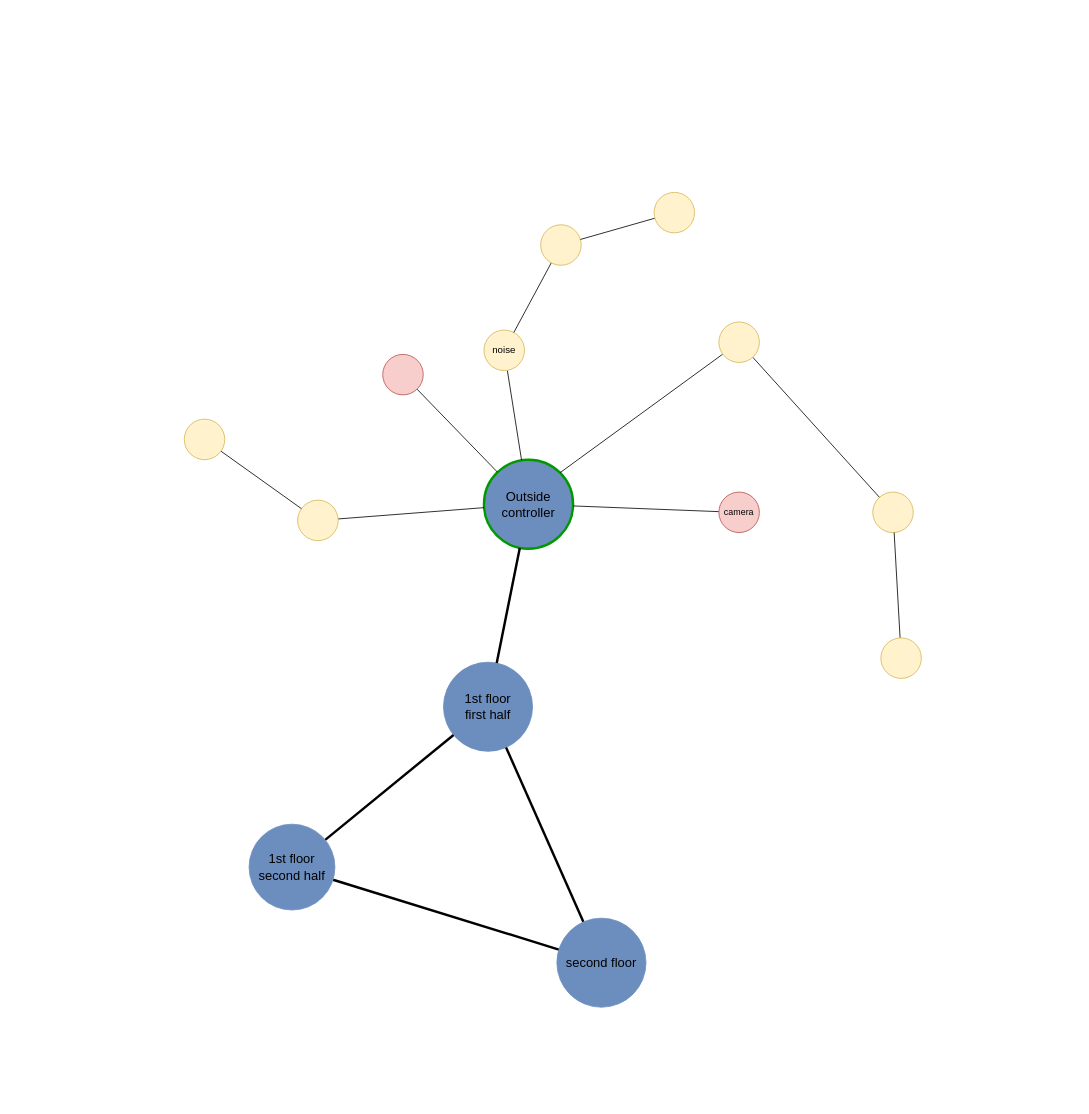
Before: Untitled Diagram.drawio in bodikqq/CheckMateQQ, a draw.io diagram. Source tidied: cells renumbered, new cells numbered last; positions are measured from the earlier drawing's top-left corner, leaving out a move shared by most shapes. Both pictures are drawn from the tidied source at 81%, with x=0, y=0 at pixel (184, 192).
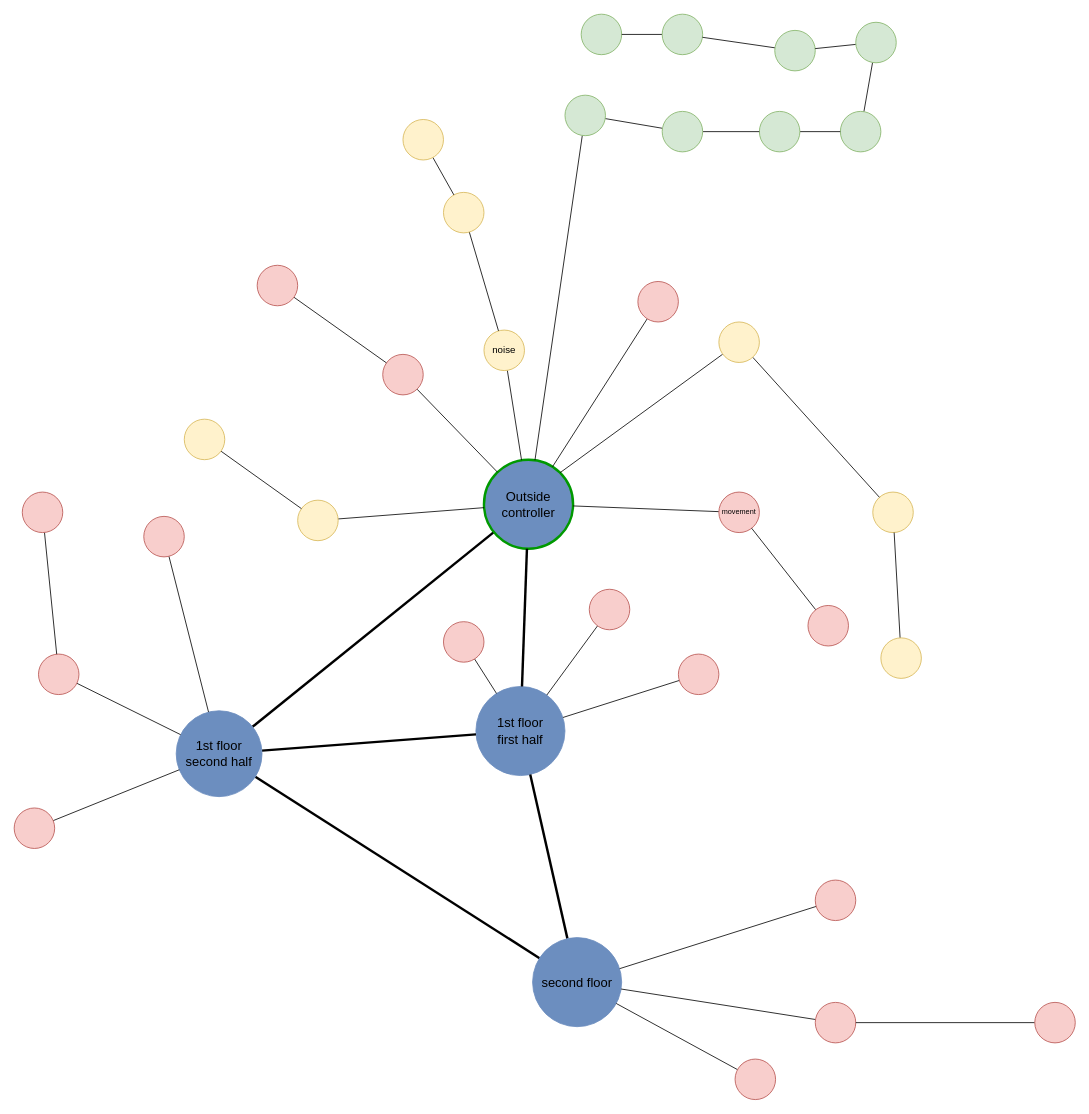
After the change.

The change refers to these unchanged cells:
```xml
<mxCell id="2" value="Outside controller" style="ellipse;whiteSpace=wrap;html=1;fillColor=#6C8EBF;strokeColor=#009900;gradientColor=none;fontSize=16;strokeWidth=3;" parent="1" vertex="1">
  <mxGeometry x="370" y="330" width="110" height="110" as="geometry" />
</mxCell>
<mxCell id="29" style="ellipse;whiteSpace=wrap;html=1;fontFamily=Helvetica;fontSize=11;labelBackgroundColor=default;fillColor=#f8cecc;strokeColor=#b85450;" parent="1" vertex="1">
  <mxGeometry x="245" y="200" width="50" height="50" as="geometry" />
</mxCell>
```

Change to the diagram source:
```diff
@@
+    <mxCell id="30" style="edgeStyle=none;shape=connector;rounded=0;jettySize=auto;html=1;strokeColor=default;align=center;verticalAlign=middle;fontFamily=Helvetica;fontSize=11;fontColor=default;labelBackgroundColor=default;startFill=0;endArrow=none;strokeWidth=3;" parent="1" edge="1" source="2" target="8">
+      <mxGeometry relative="1" as="geometry" />
+    </mxCell>
@@
     <mxCell id="3" value="1st floor&lt;br&gt;first half" style="ellipse;whiteSpace=wrap;html=1;fillColor=#6C8EBF;strokeColor=#6C8EBF;gradientColor=none;spacing=2;fontSize=16;" parent="1" vertex="1">
-      <mxGeometry x="320" y="580" width="110" height="110" as="geometry" />
+      <mxGeometry x="360" y="610" width="110" height="110" as="geometry" />
     </mxCell>
@@
     <mxCell id="6" value="&lt;font style=&quot;font-size: 16px;&quot;&gt;second floor&lt;/font&gt;" style="ellipse;whiteSpace=wrap;html=1;fillColor=#6C8EBF;strokeColor=#6C8EBF;gradientColor=none;" parent="1" vertex="1">
-      <mxGeometry x="460" y="896" width="110" height="110" as="geometry" />
+      <mxGeometry x="430" y="920" width="110" height="110" as="geometry" />
     </mxCell>
@@
     <mxCell id="8" value="&lt;span style=&quot;font-size: 16px;&quot;&gt;1st floor&lt;/span&gt;&lt;br style=&quot;font-size: 16px;&quot;&gt;&lt;span style=&quot;font-size: 16px;&quot;&gt;second half&lt;/span&gt;" style="ellipse;whiteSpace=wrap;html=1;fillColor=#6C8EBF;strokeColor=#6C8EBF;gradientColor=none;" parent="1" vertex="1">
-      <mxGeometry x="80" y="780" width="106" height="106" as="geometry" />
+      <mxGeometry x="-10" y="640" width="106" height="106" as="geometry" />
     </mxCell>
@@
     <mxCell id="16" style="ellipse;whiteSpace=wrap;html=1;fillColor=#fff2cc;strokeColor=#d6b656;" parent="1" vertex="1">
-      <mxGeometry x="440" y="40" width="50" height="50" as="geometry" />
+      <mxGeometry x="320" width="50" height="50" as="geometry" />
     </mxCell>
@@
     <mxCell id="18" style="ellipse;whiteSpace=wrap;html=1;fillColor=#fff2cc;strokeColor=#d6b656;" parent="1" vertex="1">
-      <mxGeometry x="580" width="50" height="50" as="geometry" />
+      <mxGeometry x="270" y="-90" width="50" height="50" as="geometry" />
     </mxCell>
@@
-    <mxCell id="27" value="camera" style="ellipse;whiteSpace=wrap;html=1;fontFamily=Helvetica;fontSize=11;labelBackgroundColor=none;fillColor=#f8cecc;strokeColor=#b85450;" parent="1" vertex="1">
+    <mxCell id="27" value="movement" style="ellipse;whiteSpace=wrap;html=1;fontFamily=Helvetica;fontSize=9;labelBackgroundColor=none;fillColor=#f8cecc;strokeColor=#b85450;" parent="1" vertex="1">
       <mxGeometry x="660" y="370" width="50" height="50" as="geometry" />
     </mxCell>
@@
+    <mxCell id="31" style="edgeStyle=none;shape=connector;rounded=0;jettySize=auto;html=1;strokeColor=default;align=center;verticalAlign=middle;fontFamily=Helvetica;fontSize=11;fontColor=default;labelBackgroundColor=default;startFill=0;endArrow=none;" parent="1" edge="1" source="32" target="8">
+      <mxGeometry relative="1" as="geometry" />
+    </mxCell>
+    <mxCell id="32" style="ellipse;whiteSpace=wrap;html=1;fontFamily=Helvetica;fontSize=11;labelBackgroundColor=default;fillColor=#f8cecc;strokeColor=#b85450;" parent="1" vertex="1">
+      <mxGeometry x="-180" y="570" width="50" height="50" as="geometry" />
+    </mxCell>
+    <mxCell id="33" style="edgeStyle=none;shape=connector;rounded=0;jettySize=auto;html=1;strokeColor=default;align=center;verticalAlign=middle;fontFamily=Helvetica;fontSize=11;fontColor=default;labelBackgroundColor=default;startFill=0;endArrow=none;" parent="1" edge="1" source="34" target="32">
+      <mxGeometry relative="1" as="geometry" />
+    </mxCell>
+    <mxCell id="34" style="ellipse;whiteSpace=wrap;html=1;fontFamily=Helvetica;fontSize=11;labelBackgroundColor=default;fillColor=#f8cecc;strokeColor=#b85450;" parent="1" vertex="1">
+      <mxGeometry x="-200" y="370" width="50" height="50" as="geometry" />
+    </mxCell>
+    <mxCell id="35" style="edgeStyle=none;shape=connector;rounded=0;jettySize=auto;html=1;strokeColor=default;align=center;verticalAlign=middle;fontFamily=Helvetica;fontSize=11;fontColor=default;labelBackgroundColor=default;startFill=0;endArrow=none;" parent="1" edge="1" source="36" target="29">
+      <mxGeometry relative="1" as="geometry" />
+    </mxCell>
+    <mxCell id="36" style="ellipse;whiteSpace=wrap;html=1;fontFamily=Helvetica;fontSize=11;labelBackgroundColor=default;fillColor=#f8cecc;strokeColor=#b85450;" parent="1" vertex="1">
+      <mxGeometry x="90" y="90" width="50" height="50" as="geometry" />
+    </mxCell>
+    <mxCell id="37" style="edgeStyle=none;shape=connector;rounded=0;jettySize=auto;html=1;strokeColor=default;align=center;verticalAlign=middle;fontFamily=Helvetica;fontSize=11;fontColor=default;labelBackgroundColor=default;startFill=0;endArrow=none;" parent="1" edge="1" source="38" target="27">
+      <mxGeometry relative="1" as="geometry" />
+    </mxCell>
+    <mxCell id="38" style="ellipse;whiteSpace=wrap;html=1;fontFamily=Helvetica;fontSize=11;labelBackgroundColor=default;fillColor=#f8cecc;strokeColor=#b85450;" parent="1" vertex="1">
+      <mxGeometry x="770" y="510" width="50" height="50" as="geometry" />
+    </mxCell>
+    <mxCell id="39" style="edgeStyle=none;shape=connector;rounded=0;jettySize=auto;html=1;strokeColor=default;align=center;verticalAlign=middle;fontFamily=Helvetica;fontSize=11;fontColor=default;labelBackgroundColor=default;startFill=0;endArrow=none;" parent="1" edge="1" source="40" target="3">
+      <mxGeometry relative="1" as="geometry" />
+    </mxCell>
+    <mxCell id="40" style="ellipse;whiteSpace=wrap;html=1;fontFamily=Helvetica;fontSize=11;labelBackgroundColor=default;fillColor=#f8cecc;strokeColor=#b85450;" parent="1" vertex="1">
+      <mxGeometry x="320" y="530" width="50" height="50" as="geometry" />
+    </mxCell>
+    <mxCell id="41" style="edgeStyle=none;shape=connector;rounded=0;jettySize=auto;html=1;strokeColor=default;align=center;verticalAlign=middle;fontFamily=Helvetica;fontSize=11;fontColor=default;labelBackgroundColor=default;startFill=0;endArrow=none;" parent="1" edge="1" source="42" target="3">
+      <mxGeometry relative="1" as="geometry" />
+    </mxCell>
+    <mxCell id="42" style="ellipse;whiteSpace=wrap;html=1;fontFamily=Helvetica;fontSize=11;labelBackgroundColor=default;fillColor=#f8cecc;strokeColor=#b85450;" parent="1" vertex="1">
+      <mxGeometry x="610" y="570" width="50" height="50" as="geometry" />
+    </mxCell>
+    <mxCell id="43" style="edgeStyle=none;shape=connector;rounded=0;jettySize=auto;html=1;strokeColor=default;align=center;verticalAlign=middle;fontFamily=Helvetica;fontSize=11;fontColor=default;labelBackgroundColor=default;startFill=0;endArrow=none;" parent="1" edge="1" source="44" target="3">
+      <mxGeometry relative="1" as="geometry" />
+    </mxCell>
+    <mxCell id="44" style="ellipse;whiteSpace=wrap;html=1;fontFamily=Helvetica;fontSize=11;labelBackgroundColor=default;fillColor=#f8cecc;strokeColor=#b85450;" parent="1" vertex="1">
+      <mxGeometry x="500" y="490" width="50" height="50" as="geometry" />
+    </mxCell>
+    <mxCell id="45" style="edgeStyle=none;shape=connector;rounded=0;jettySize=auto;html=1;strokeColor=default;align=center;verticalAlign=middle;fontFamily=Helvetica;fontSize=11;fontColor=default;labelBackgroundColor=default;startFill=0;endArrow=none;" parent="1" edge="1" source="46" target="2">
+      <mxGeometry relative="1" as="geometry" />
+    </mxCell>
+    <mxCell id="46" style="ellipse;whiteSpace=wrap;html=1;fontFamily=Helvetica;fontSize=11;labelBackgroundColor=default;fillColor=#f8cecc;strokeColor=#b85450;" parent="1" vertex="1">
+      <mxGeometry x="560" y="110" width="50" height="50" as="geometry" />
+    </mxCell>
+    <mxCell id="47" style="edgeStyle=none;shape=connector;rounded=0;jettySize=auto;html=1;strokeColor=default;align=center;verticalAlign=middle;fontFamily=Helvetica;fontSize=11;fontColor=default;labelBackgroundColor=default;startFill=0;endArrow=none;" parent="1" edge="1" source="48" target="6">
+      <mxGeometry relative="1" as="geometry" />
+    </mxCell>
+    <mxCell id="48" style="ellipse;whiteSpace=wrap;html=1;fontFamily=Helvetica;fontSize=11;labelBackgroundColor=default;fillColor=#f8cecc;strokeColor=#b85450;" parent="1" vertex="1">
+      <mxGeometry x="779" y="1000" width="50" height="50" as="geometry" />
+    </mxCell>
+    <mxCell id="49" style="edgeStyle=none;shape=connector;rounded=0;jettySize=auto;html=1;strokeColor=default;align=center;verticalAlign=middle;fontFamily=Helvetica;fontSize=11;fontColor=default;labelBackgroundColor=default;startFill=0;endArrow=none;" parent="1" edge="1" source="50" target="8">
+      <mxGeometry relative="1" as="geometry" />
+    </mxCell>
+    <mxCell id="50" style="ellipse;whiteSpace=wrap;html=1;fontFamily=Helvetica;fontSize=11;labelBackgroundColor=default;fillColor=#f8cecc;strokeColor=#b85450;" parent="1" vertex="1">
+      <mxGeometry x="-210" y="760" width="50" height="50" as="geometry" />
+    </mxCell>
+    <mxCell id="51" style="edgeStyle=none;shape=connector;rounded=0;jettySize=auto;html=1;strokeColor=default;align=center;verticalAlign=middle;fontFamily=Helvetica;fontSize=11;fontColor=default;labelBackgroundColor=default;startFill=0;endArrow=none;" parent="1" edge="1" source="52" target="8">
+      <mxGeometry relative="1" as="geometry" />
+    </mxCell>
+    <mxCell id="52" style="ellipse;whiteSpace=wrap;html=1;fontFamily=Helvetica;fontSize=11;labelBackgroundColor=default;fillColor=#f8cecc;strokeColor=#b85450;" parent="1" vertex="1">
+      <mxGeometry x="-50" y="400" width="50" height="50" as="geometry" />
+    </mxCell>
+    <mxCell id="53" style="edgeStyle=none;shape=connector;rounded=0;jettySize=auto;html=1;strokeColor=default;align=center;verticalAlign=middle;fontFamily=Helvetica;fontSize=11;fontColor=default;labelBackgroundColor=default;startFill=0;endArrow=none;" parent="1" edge="1" source="54" target="48">
+      <mxGeometry relative="1" as="geometry" />
+    </mxCell>
+    <mxCell id="54" style="ellipse;whiteSpace=wrap;html=1;fontFamily=Helvetica;fontSize=11;labelBackgroundColor=default;fillColor=#f8cecc;strokeColor=#b85450;" parent="1" vertex="1">
+      <mxGeometry x="1050" y="1000" width="50" height="50" as="geometry" />
+    </mxCell>
+    <mxCell id="55" style="edgeStyle=none;shape=connector;rounded=0;jettySize=auto;html=1;strokeColor=default;align=center;verticalAlign=middle;fontFamily=Helvetica;fontSize=11;fontColor=default;labelBackgroundColor=default;startFill=0;endArrow=none;" parent="1" edge="1" source="56" target="6">
+      <mxGeometry relative="1" as="geometry" />
+    </mxCell>
+    <mxCell id="56" style="ellipse;whiteSpace=wrap;html=1;fontFamily=Helvetica;fontSize=11;labelBackgroundColor=default;fillColor=#f8cecc;strokeColor=#b85450;" parent="1" vertex="1">
+      <mxGeometry x="779" y="849" width="50" height="50" as="geometry" />
+    </mxCell>
+    <mxCell id="57" style="edgeStyle=none;shape=connector;rounded=0;jettySize=auto;html=1;strokeColor=default;align=center;verticalAlign=middle;fontFamily=Helvetica;fontSize=11;fontColor=default;labelBackgroundColor=default;startFill=0;endArrow=none;" parent="1" edge="1" source="58" target="6">
+      <mxGeometry relative="1" as="geometry" />
+    </mxCell>
+    <mxCell id="58" style="ellipse;whiteSpace=wrap;html=1;fontFamily=Helvetica;fontSize=11;labelBackgroundColor=default;fillColor=#f8cecc;strokeColor=#b85450;" parent="1" vertex="1">
+      <mxGeometry x="680" y="1070" width="50" height="50" as="geometry" />
+    </mxCell>
+    <mxCell id="59" style="edgeStyle=none;shape=connector;rounded=0;jettySize=auto;html=1;strokeColor=default;align=center;verticalAlign=middle;fontFamily=Helvetica;fontSize=11;fontColor=default;labelBackgroundColor=default;startFill=0;endArrow=none;" parent="1" edge="1" source="60" target="74">
+      <mxGeometry relative="1" as="geometry" />
+    </mxCell>
+    <mxCell id="60" style="ellipse;whiteSpace=wrap;html=1;fontFamily=Helvetica;fontSize=11;labelBackgroundColor=none;fillColor=#d5e8d4;strokeColor=#82b366;" parent="1" vertex="1">
+      <mxGeometry x="810" y="-100" width="50" height="50" as="geometry" />
+    </mxCell>
+    <mxCell id="61" style="edgeStyle=none;shape=connector;rounded=0;jettySize=auto;html=1;strokeColor=default;align=center;verticalAlign=middle;fontFamily=Helvetica;fontSize=11;fontColor=default;labelBackgroundColor=default;startFill=0;endArrow=none;" parent="1" edge="1" source="62" target="60">
+      <mxGeometry relative="1" as="geometry" />
+    </mxCell>
+    <mxCell id="62" style="ellipse;whiteSpace=wrap;html=1;fontFamily=Helvetica;fontSize=11;labelBackgroundColor=none;fillColor=#d5e8d4;strokeColor=#82b366;" parent="1" vertex="1">
+      <mxGeometry x="710" y="-100" width="50" height="50" as="geometry" />
+    </mxCell>
+    <mxCell id="63" style="edgeStyle=none;shape=connector;rounded=0;jettySize=auto;html=1;strokeColor=default;align=center;verticalAlign=middle;fontFamily=Helvetica;fontSize=11;fontColor=default;labelBackgroundColor=default;startFill=0;endArrow=none;" parent="1" edge="1" source="65" target="2">
+      <mxGeometry relative="1" as="geometry" />
+    </mxCell>
+    <mxCell id="64" style="edgeStyle=none;shape=connector;rounded=0;jettySize=auto;html=1;strokeColor=default;align=center;verticalAlign=middle;fontFamily=Helvetica;fontSize=11;fontColor=default;labelBackgroundColor=default;startFill=0;endArrow=none;" parent="1" edge="1" source="65" target="68">
+      <mxGeometry relative="1" as="geometry" />
+    </mxCell>
+    <mxCell id="65" style="ellipse;whiteSpace=wrap;html=1;fontFamily=Helvetica;fontSize=11;labelBackgroundColor=none;fillColor=#d5e8d4;strokeColor=#82b366;" parent="1" vertex="1">
+      <mxGeometry x="470" y="-120" width="50" height="50" as="geometry" />
+    </mxCell>
+    <mxCell id="66" style="ellipse;whiteSpace=wrap;html=1;fontFamily=Helvetica;fontSize=11;labelBackgroundColor=none;fillColor=#d5e8d4;strokeColor=#82b366;" parent="1" vertex="1">
+      <mxGeometry x="490" y="-220" width="50" height="50" as="geometry" />
+    </mxCell>
+    <mxCell id="67" style="edgeStyle=none;shape=connector;rounded=0;jettySize=auto;html=1;strokeColor=default;align=center;verticalAlign=middle;fontFamily=Helvetica;fontSize=11;fontColor=default;labelBackgroundColor=default;startFill=0;endArrow=none;" parent="1" edge="1" source="68" target="62">
+      <mxGeometry relative="1" as="geometry" />
+    </mxCell>
+    <mxCell id="68" style="ellipse;whiteSpace=wrap;html=1;fontFamily=Helvetica;fontSize=11;labelBackgroundColor=none;fillColor=#d5e8d4;strokeColor=#82b366;" parent="1" vertex="1">
+      <mxGeometry x="590" y="-100" width="50" height="50" as="geometry" />
+    </mxCell>
+    <mxCell id="69" style="edgeStyle=none;shape=connector;rounded=0;jettySize=auto;html=1;strokeColor=default;align=center;verticalAlign=middle;fontFamily=Helvetica;fontSize=11;fontColor=default;labelBackgroundColor=default;startFill=0;endArrow=none;" parent="1" edge="1" source="70" target="66">
+      <mxGeometry relative="1" as="geometry" />
+    </mxCell>
+    <mxCell id="70" style="ellipse;whiteSpace=wrap;html=1;fontFamily=Helvetica;fontSize=11;labelBackgroundColor=none;fillColor=#d5e8d4;strokeColor=#82b366;" parent="1" vertex="1">
+      <mxGeometry x="590" y="-220" width="50" height="50" as="geometry" />
+    </mxCell>
+    <mxCell id="71" style="edgeStyle=none;shape=connector;rounded=0;jettySize=auto;html=1;strokeColor=default;align=center;verticalAlign=middle;fontFamily=Helvetica;fontSize=11;fontColor=default;labelBackgroundColor=default;startFill=0;endArrow=none;" parent="1" edge="1" source="72" target="70">
+      <mxGeometry relative="1" as="geometry" />
+    </mxCell>
+    <mxCell id="72" style="ellipse;whiteSpace=wrap;html=1;fontFamily=Helvetica;fontSize=11;labelBackgroundColor=none;fillColor=#d5e8d4;strokeColor=#82b366;" parent="1" vertex="1">
+      <mxGeometry x="729" y="-200" width="50" height="50" as="geometry" />
+    </mxCell>
+    <mxCell id="73" style="edgeStyle=none;shape=connector;rounded=0;jettySize=auto;html=1;strokeColor=default;align=center;verticalAlign=middle;fontFamily=Helvetica;fontSize=11;fontColor=default;labelBackgroundColor=default;startFill=0;endArrow=none;" parent="1" edge="1" source="74" target="72">
+      <mxGeometry relative="1" as="geometry" />
+    </mxCell>
+    <mxCell id="74" style="ellipse;whiteSpace=wrap;html=1;fontFamily=Helvetica;fontSize=11;labelBackgroundColor=none;fillColor=#d5e8d4;strokeColor=#82b366;" parent="1" vertex="1">
+      <mxGeometry x="829" y="-210" width="50" height="50" as="geometry" />
+    </mxCell>
```
